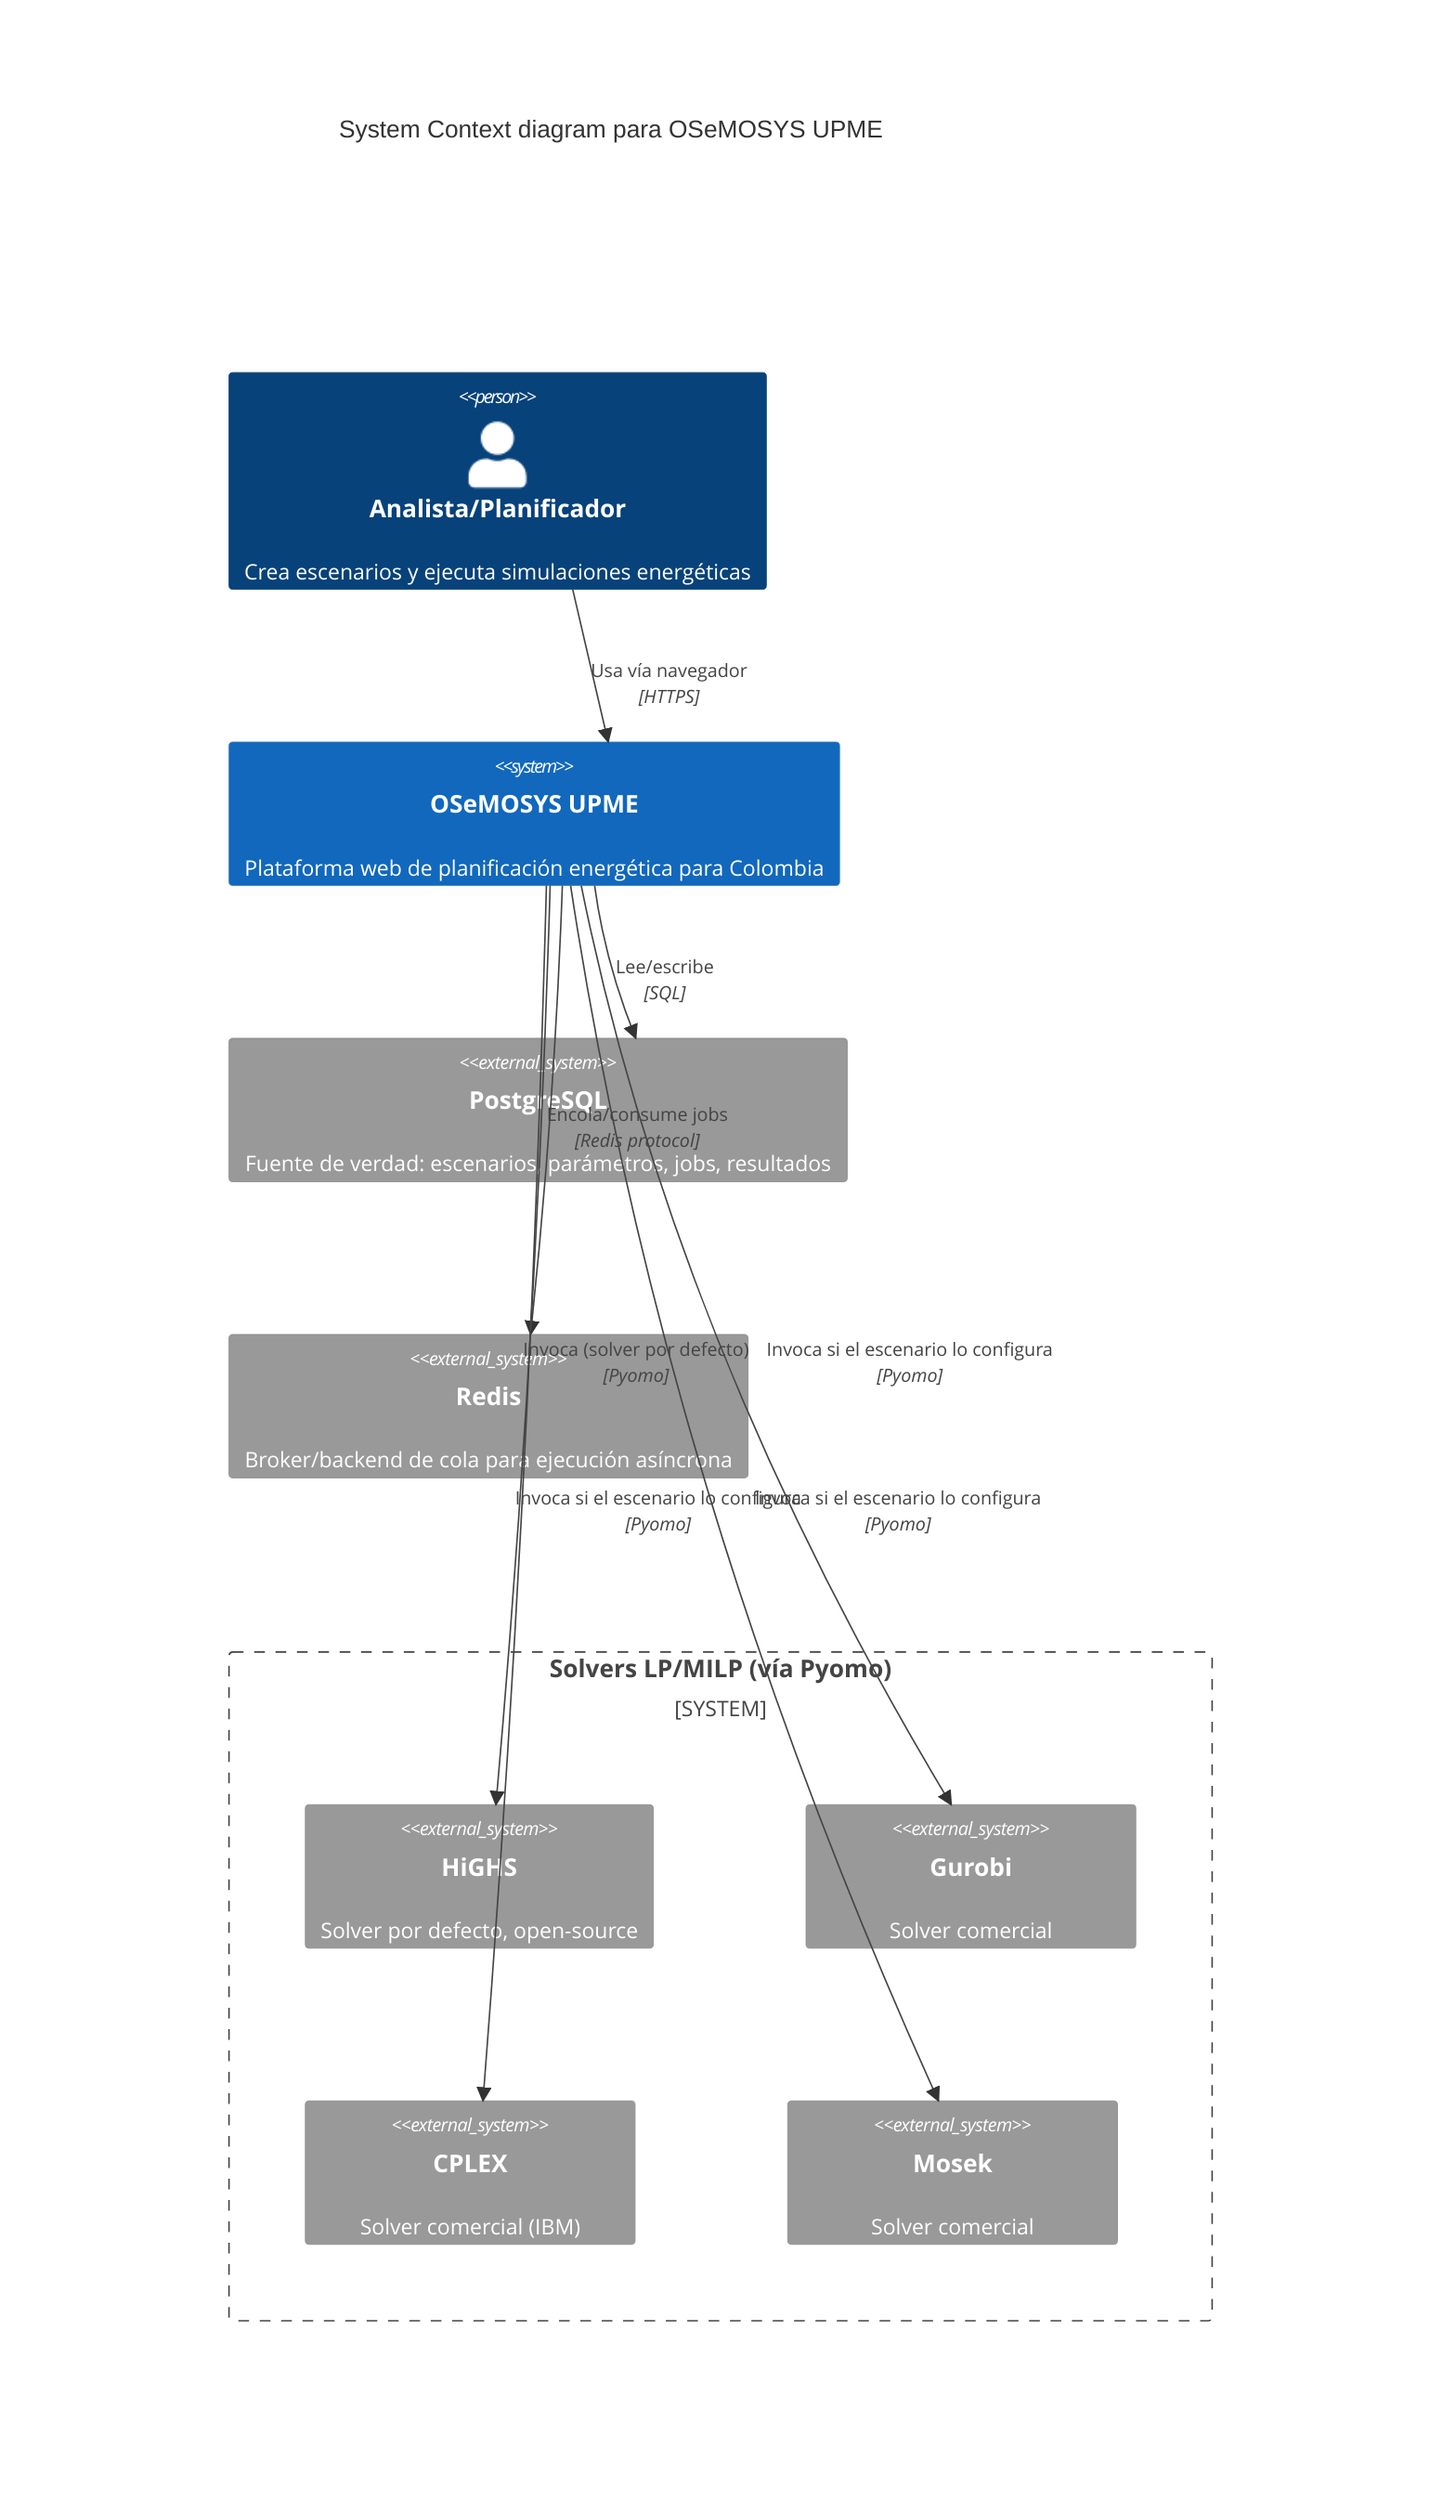
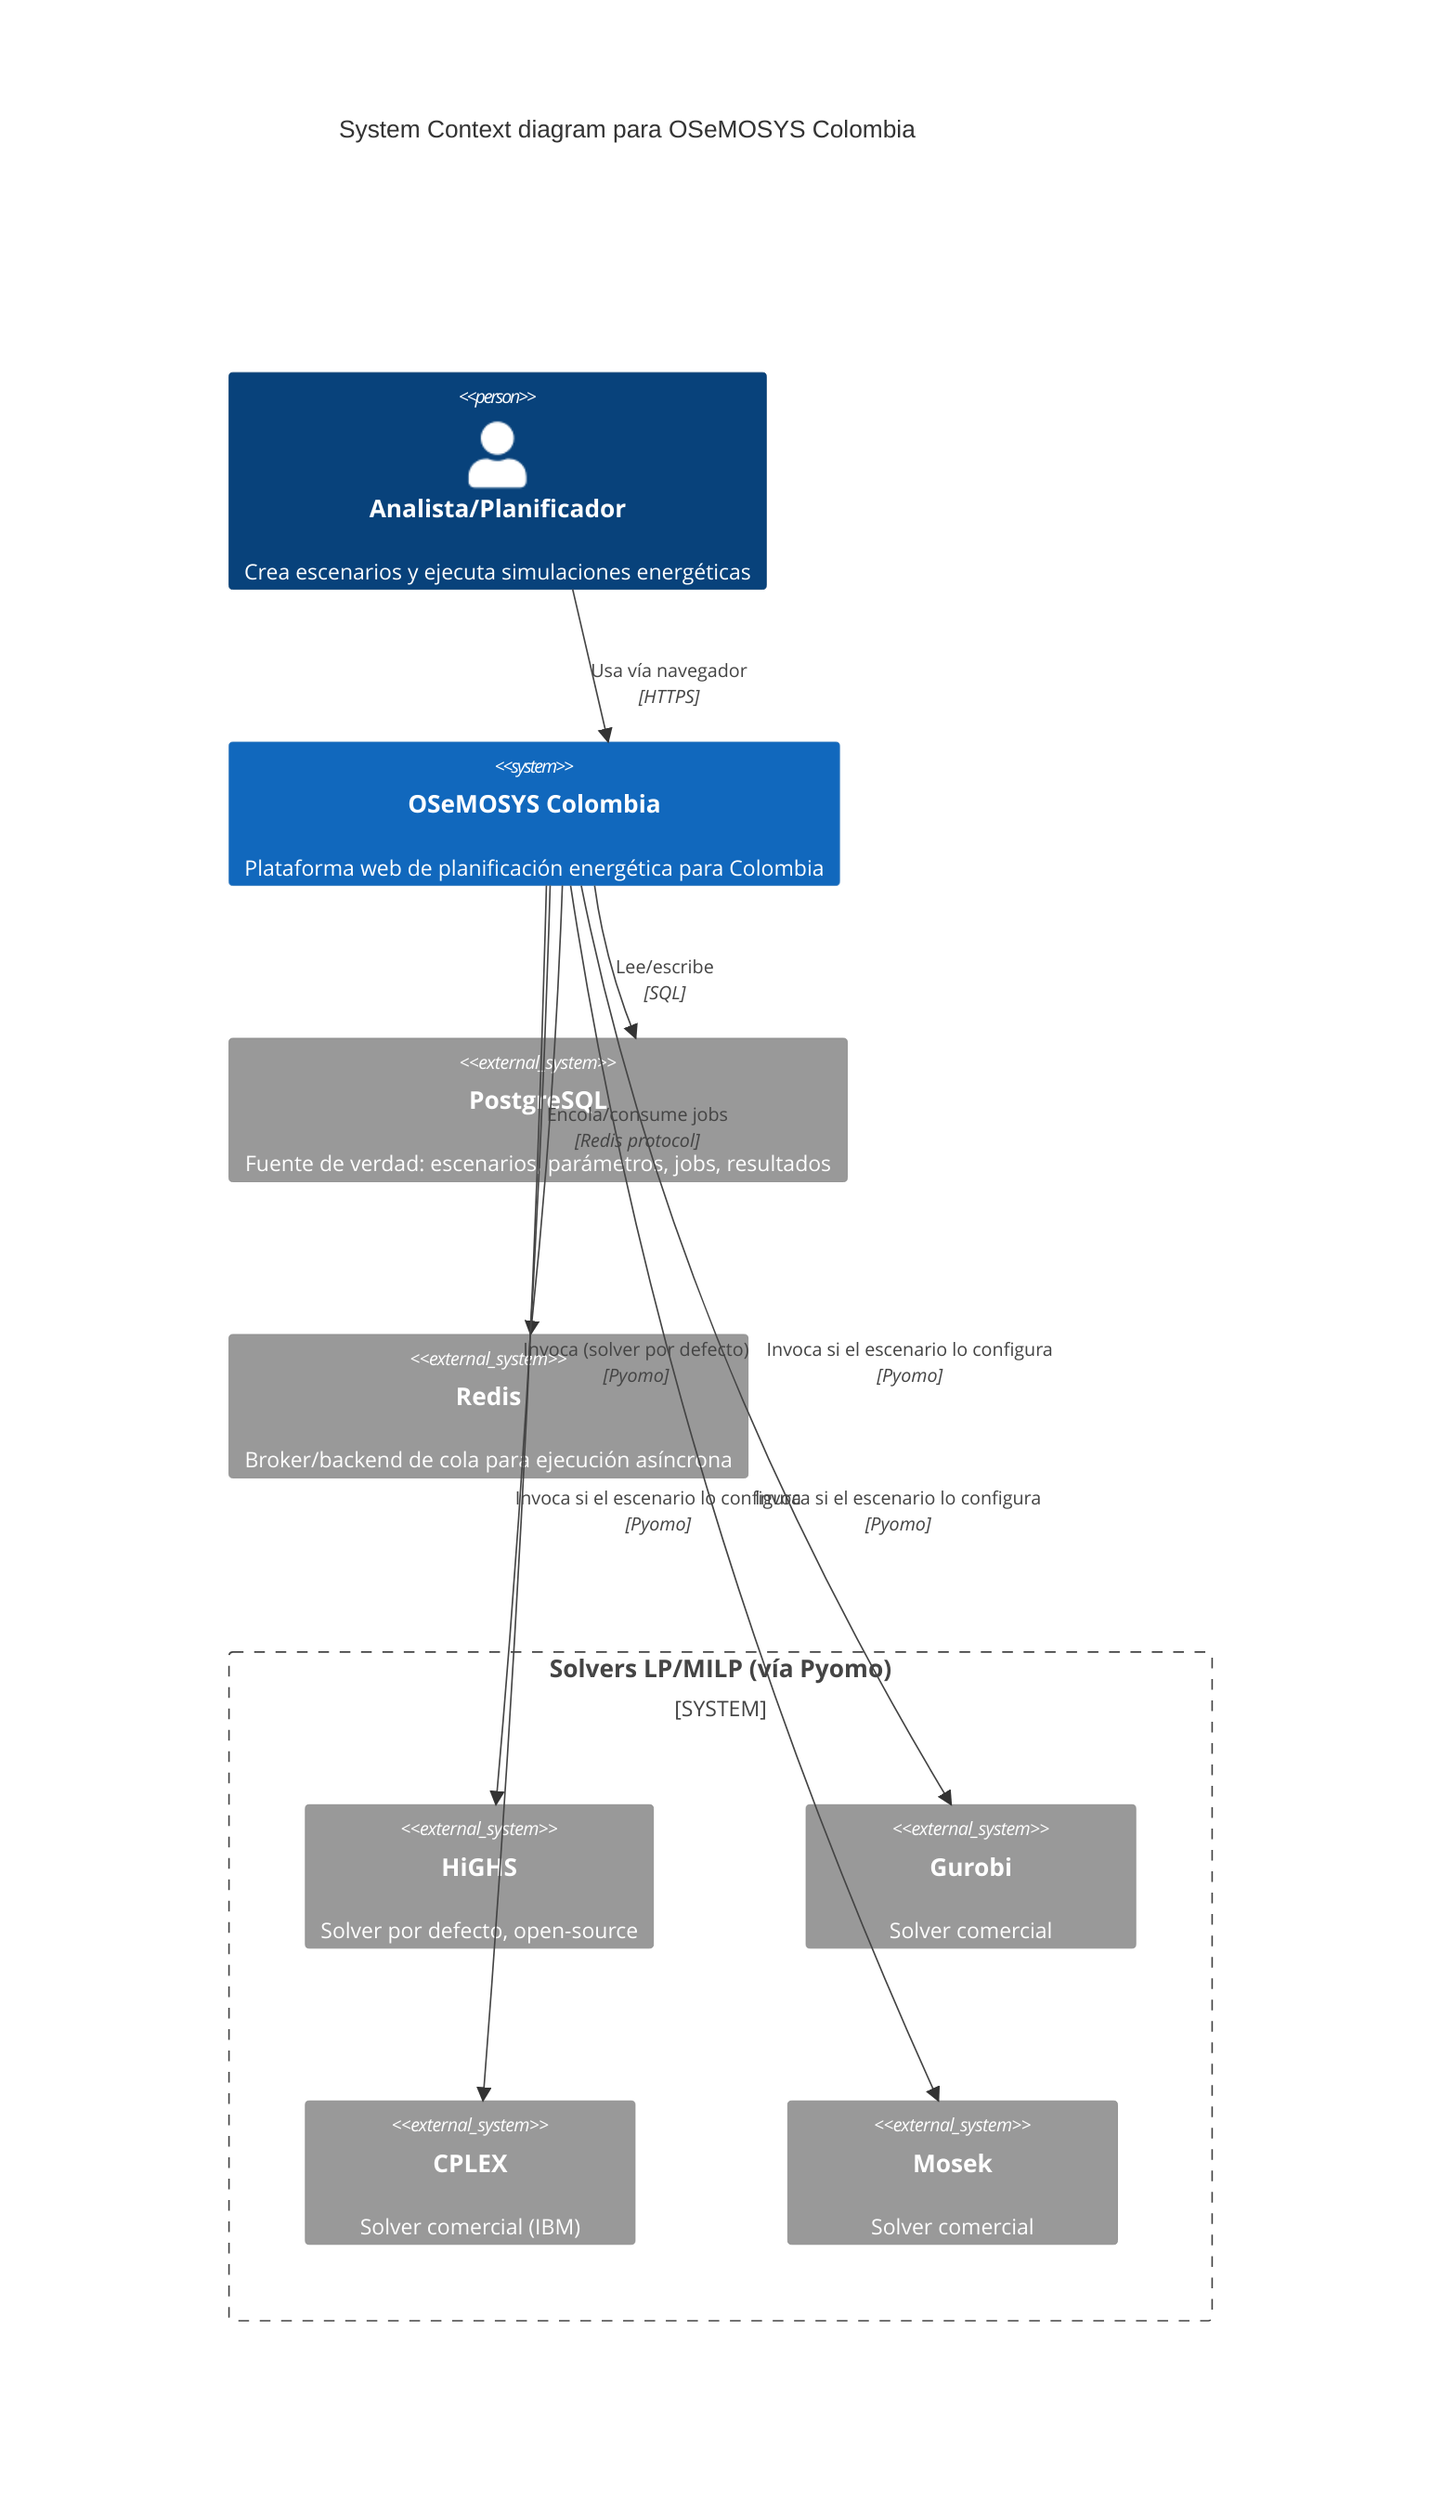
C4Context
-     title System Context diagram para OSeMOSYS UPME
+     title System Context diagram para OSeMOSYS Colombia

    Person(analyst, "Analista/Planificador", "Crea escenarios y ejecuta simulaciones energéticas")

-     System(osemosys, "OSeMOSYS UPME", "Plataforma web de planificación energética para Colombia")
+     System(osemosys, "OSeMOSYS Colombia", "Plataforma web de planificación energética para Colombia")

    System_Ext(postgres, "PostgreSQL", "Fuente de verdad: escenarios, parámetros, jobs, resultados")
    System_Ext(redis, "Redis", "Broker/backend de cola para ejecución asíncrona")

    System_Boundary(solvers, "Solvers LP/MILP (vía Pyomo)") {
        System_Ext(highs, "HiGHS", "Solver por defecto, open-source")
        System_Ext(gurobi, "Gurobi", "Solver comercial")
        System_Ext(cplex, "CPLEX", "Solver comercial (IBM)")
        System_Ext(mosek, "Mosek", "Solver comercial")
    }

    Rel(analyst, osemosys, "Usa vía navegador", "HTTPS")
    Rel(osemosys, postgres, "Lee/escribe", "SQL")
    Rel(osemosys, redis, "Encola/consume jobs", "Redis protocol")
    Rel(osemosys, highs, "Invoca (solver por defecto)", "Pyomo")
    Rel(osemosys, gurobi, "Invoca si el escenario lo configura", "Pyomo")
    Rel(osemosys, cplex, "Invoca si el escenario lo configura", "Pyomo")
    Rel(osemosys, mosek, "Invoca si el escenario lo configura", "Pyomo")
